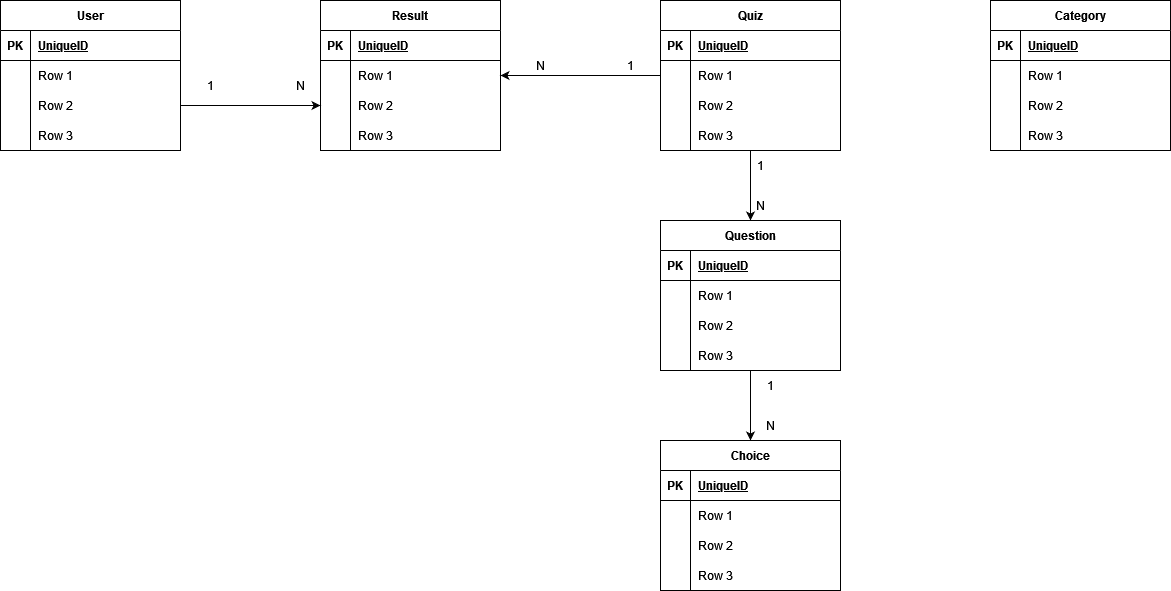
Before: docs/DB schema.drawio.png, a diagram exported from draw.io (mikolaz27/quizez_2023). Source tidied: cells renumbered, new cells last; positions are measured from the earlier drawing's top-left corner, leaving out a move shared by most shapes.
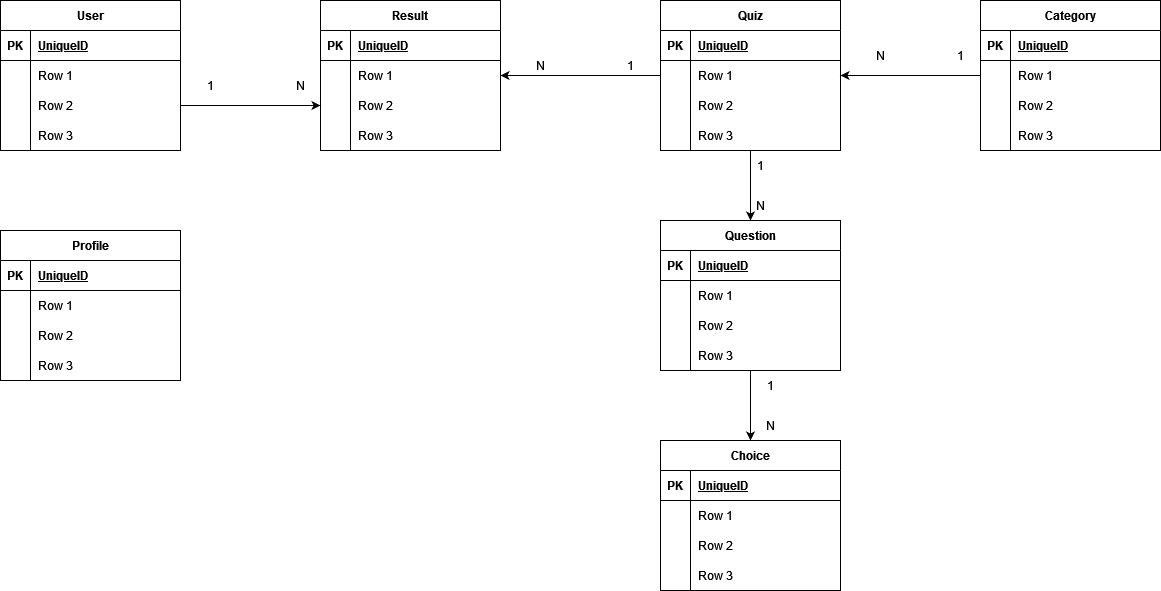
The same file after the commit.

Change to the diagram source:
```diff
@@ -234,7 +234,7 @@
       <mxGeometry x="740" y="410" width="60" height="30" as="geometry" />
     </mxCell>
     <mxCell id="79" value="Category" style="shape=table;startSize=30;rowLines=0;fontStyle=1;align=center;" parent="1" vertex="1">
-      <mxGeometry x="990" width="180" height="150" as="geometry" />
+      <mxGeometry x="980" width="180" height="150" as="geometry" />
     </mxCell>
     <mxCell id="80" style="shape=tableRow;horizontal=0;startSize=0;swimlaneHead=0;swimlaneBody=0;fillColor=none;top=0;left=0;right=0;bottom=1;" parent="79" vertex="1">
       <mxGeometry y="30" width="180" height="30" as="geometry" />
@@ -272,5 +272,53 @@
     <mxCell id="91" value="Row 3" style="shape=partialRectangle;fillColor=none;top=0;left=0;bottom=0;right=0;align=left;spacingLeft=6;overflow=hidden;" parent="89" vertex="1">
       <mxGeometry x="30" width="150" height="30" as="geometry" />
     </mxCell>
+    <mxCell id="92" style="edgeStyle=orthogonalEdgeStyle;rounded=0;jettySize=auto;html=1;exitX=0;exitY=0.5;exitDx=0;exitDy=0;entryX=1;entryY=0.5;entryDx=0;entryDy=0;" parent="1" edge="1" source="83" target="20">
+      <mxGeometry relative="1" as="geometry" />
+    </mxCell>
+    <mxCell id="93" value="1" style="text;html=1;strokeColor=none;fillColor=none;align=center;verticalAlign=middle;whiteSpace=wrap;rounded=0;" parent="1" vertex="1">
+      <mxGeometry x="930" y="40" width="60" height="30" as="geometry" />
+    </mxCell>
+    <mxCell id="94" value="N" style="text;html=1;strokeColor=none;fillColor=none;align=center;verticalAlign=middle;whiteSpace=wrap;rounded=0;" parent="1" vertex="1">
+      <mxGeometry x="850" y="40" width="60" height="30" as="geometry" />
+    </mxCell>
+    <mxCell id="95" value="Profile" style="shape=table;startSize=30;rowLines=0;fontStyle=1;align=center;" parent="1" vertex="1">
+      <mxGeometry y="230" width="180" height="150" as="geometry" />
+    </mxCell>
+    <mxCell id="96" style="shape=tableRow;horizontal=0;startSize=0;swimlaneHead=0;swimlaneBody=0;fillColor=none;top=0;left=0;right=0;bottom=1;" parent="95" vertex="1">
+      <mxGeometry y="30" width="180" height="30" as="geometry" />
+    </mxCell>
+    <mxCell id="97" value="PK" style="shape=partialRectangle;fillColor=none;top=0;left=0;bottom=0;right=0;fontStyle=1;overflow=hidden;" parent="96" vertex="1">
+      <mxGeometry width="30" height="30" as="geometry" />
+    </mxCell>
+    <mxCell id="98" value="UniqueID" style="shape=partialRectangle;fillColor=none;top=0;left=0;bottom=0;right=0;align=left;spacingLeft=6;fontStyle=5;overflow=hidden;" parent="96" vertex="1">
+      <mxGeometry x="30" width="150" height="30" as="geometry" />
+    </mxCell>
+    <mxCell id="99" style="shape=tableRow;horizontal=0;startSize=0;swimlaneHead=0;swimlaneBody=0;fillColor=none;top=0;left=0;right=0;bottom=0;" parent="95" vertex="1">
+      <mxGeometry y="60" width="180" height="30" as="geometry" />
+    </mxCell>
+    <mxCell id="100" style="shape=partialRectangle;fillColor=none;top=0;left=0;bottom=0;right=0;overflow=hidden;" parent="99" vertex="1">
+      <mxGeometry width="30" height="30" as="geometry" />
+    </mxCell>
+    <mxCell id="101" value="Row 1" style="shape=partialRectangle;fillColor=none;top=0;left=0;bottom=0;right=0;align=left;spacingLeft=6;overflow=hidden;" parent="99" vertex="1">
+      <mxGeometry x="30" width="150" height="30" as="geometry" />
+    </mxCell>
+    <mxCell id="102" style="shape=tableRow;horizontal=0;startSize=0;swimlaneHead=0;swimlaneBody=0;fillColor=none;top=0;left=0;right=0;bottom=0;" parent="95" vertex="1">
+      <mxGeometry y="90" width="180" height="30" as="geometry" />
+    </mxCell>
+    <mxCell id="103" style="shape=partialRectangle;fillColor=none;top=0;left=0;bottom=0;right=0;overflow=hidden;" parent="102" vertex="1">
+      <mxGeometry width="30" height="30" as="geometry" />
+    </mxCell>
+    <mxCell id="104" value="Row 2" style="shape=partialRectangle;fillColor=none;top=0;left=0;bottom=0;right=0;align=left;spacingLeft=6;overflow=hidden;" parent="102" vertex="1">
+      <mxGeometry x="30" width="150" height="30" as="geometry" />
+    </mxCell>
+    <mxCell id="105" style="shape=tableRow;horizontal=0;startSize=0;swimlaneHead=0;swimlaneBody=0;fillColor=none;top=0;left=0;right=0;bottom=0;" parent="95" vertex="1">
+      <mxGeometry y="120" width="180" height="30" as="geometry" />
+    </mxCell>
+    <mxCell id="106" style="shape=partialRectangle;fillColor=none;top=0;left=0;bottom=0;right=0;overflow=hidden;" parent="105" vertex="1">
+      <mxGeometry width="30" height="30" as="geometry" />
+    </mxCell>
+    <mxCell id="107" value="Row 3" style="shape=partialRectangle;fillColor=none;top=0;left=0;bottom=0;right=0;align=left;spacingLeft=6;overflow=hidden;" parent="105" vertex="1">
+      <mxGeometry x="30" width="150" height="30" as="geometry" />
+    </mxCell>
   </root>
 </mxGraphModel>
```
